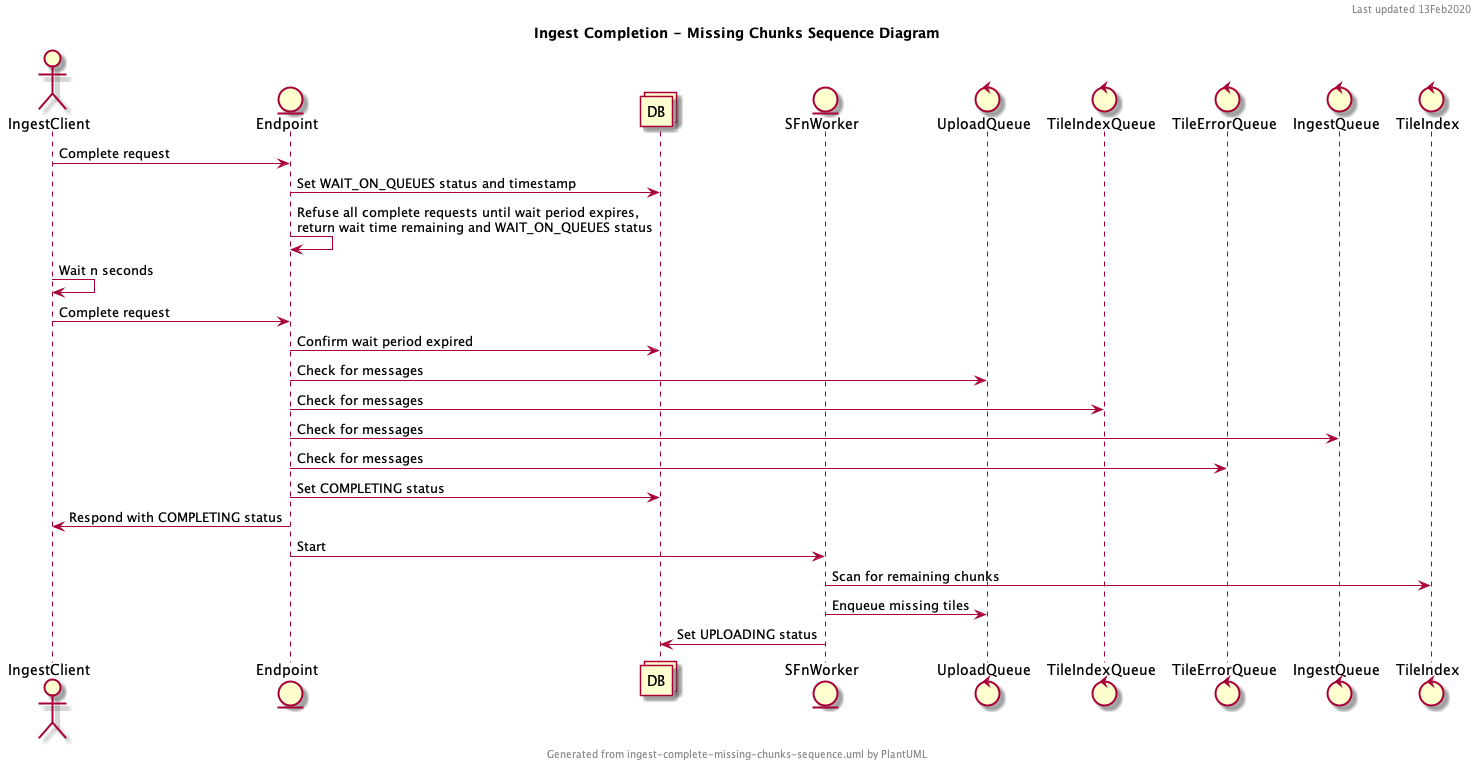
Before: docs/ingest/ingest-complete-missing-chunks-sequence.png, a diagram exported from PlantUML (jhuapl-boss/boss-manage).
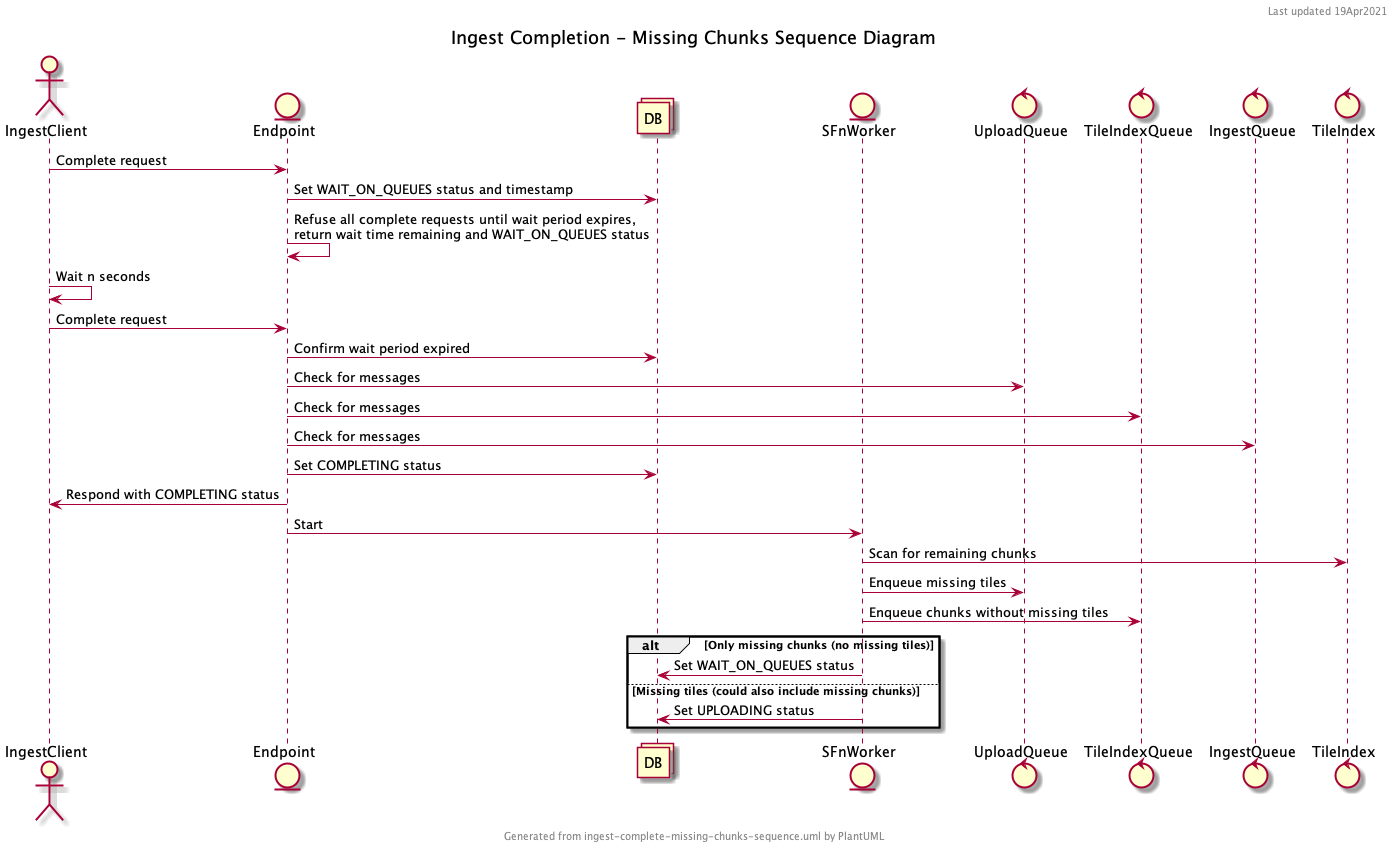
Later version of the same file.

Diff of the diagram source:
```diff
@@ -1,6 +1,6 @@
 @startuml
 
-header Last updated 13Feb2020
+header Last updated 19Apr2021
 footer Generated from ingest-complete-missing-chunks-sequence.uml by PlantUML
 title Ingest Completion - Missing Chunks Sequence Diagram
 
@@ -10,7 +10,6 @@
 entity SFnWorker as W
 control UploadQueue as UQ
 control TileIndexQueue as TIQ
-control TileErrorQueue as TEQ
 control IngestQueue as IQ
 control TileIndex as TI
 
@@ -23,12 +22,16 @@
 E->UQ: Check for messages
 E->TIQ: Check for messages
 E->IQ: Check for messages
-E->TEQ: Check for messages
 E->DB: Set COMPLETING status
 E->IC: Respond with COMPLETING status
 E->W: Start
 W->TI: Scan for remaining chunks
 W->UQ: Enqueue missing tiles
-W->DB: Set UPLOADING status
+W->TIQ: Enqueue chunks without missing tiles
+alt Only missing chunks (no missing tiles)
+    W->DB: Set WAIT_ON_QUEUES status
+else Missing tiles (could also include missing chunks)
+    W->DB: Set UPLOADING status
+end
 
 @enduml
```
